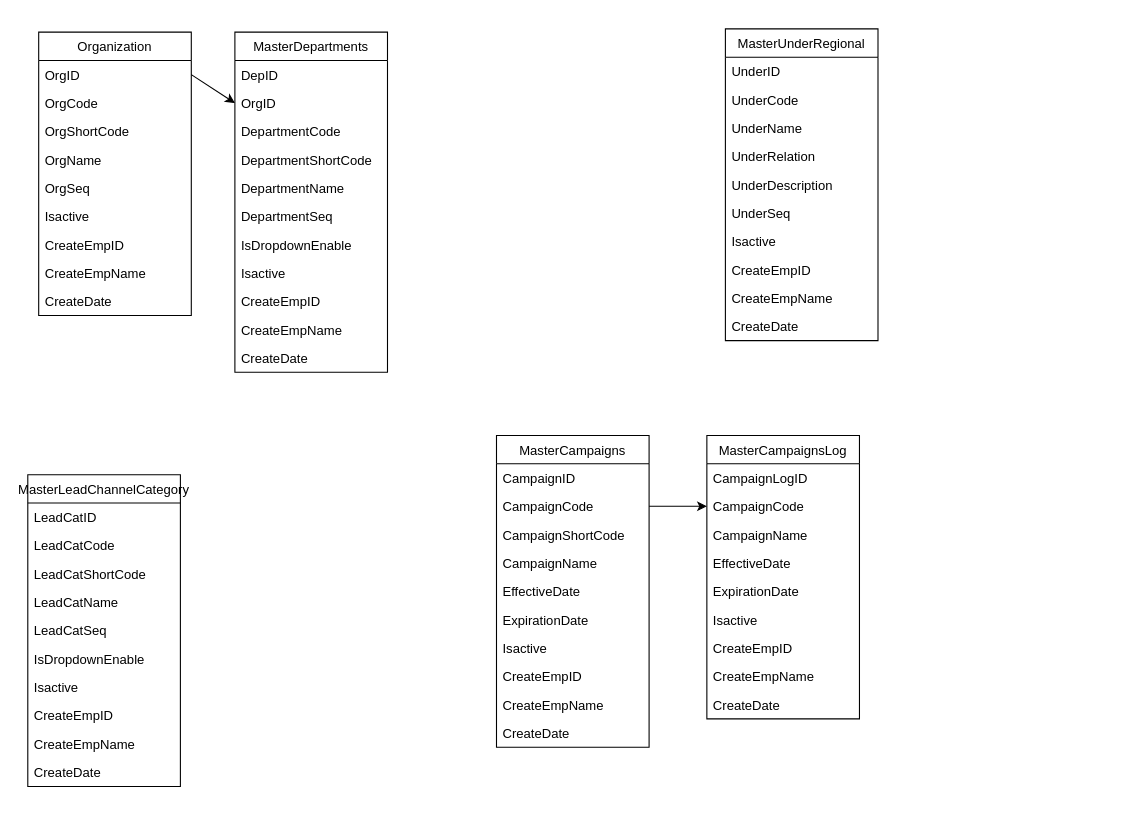
Above: Lead Management Architecture.drawio in NatthapongNar/Diagram (draw.io), before the change. Source tidied: cells renumbered, new cells numbered last; positions are measured from the earlier drawing's top-left corner, leaving out a move shared by most shapes. Both pictures are drawn from the tidied source at 109%, with x=0, y=0 at pixel (27, 28).
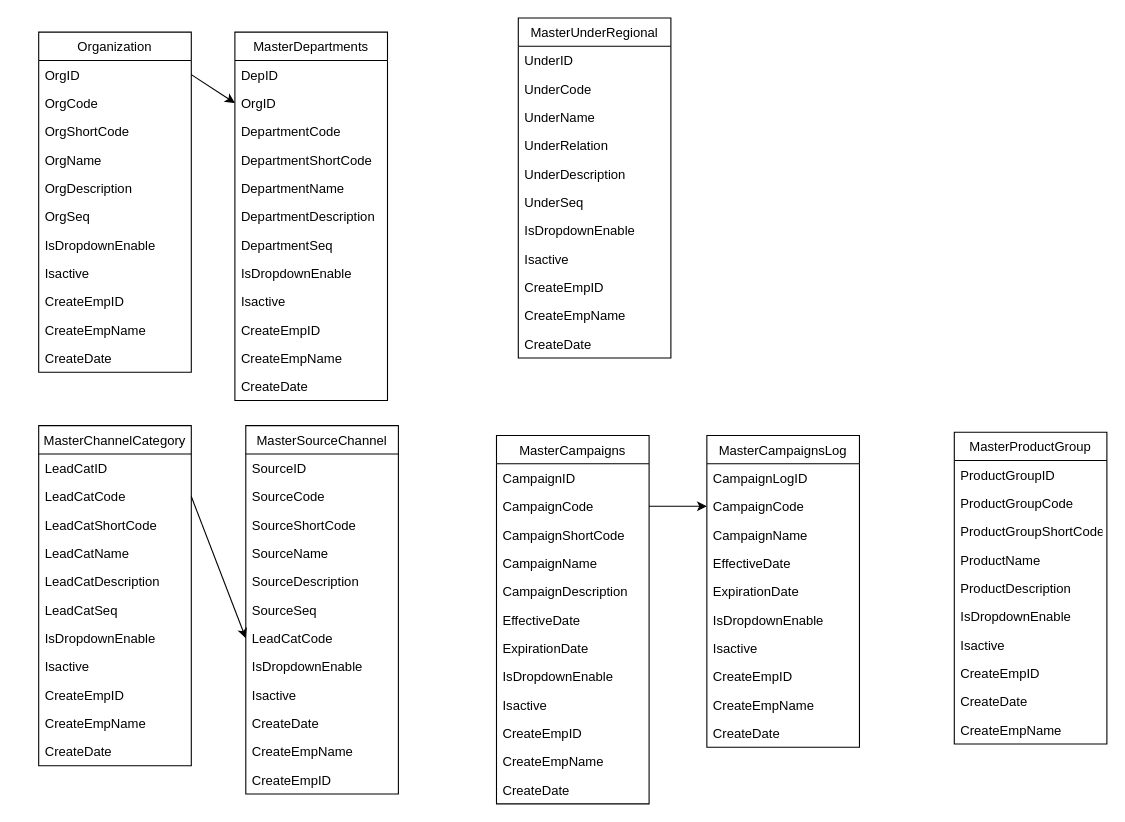
Above is the later version.

Commit message:
Update Lead Management ER.drawio

The change refers to these unchanged cells:
```xml
<mxCell id="60" value="LeadCatCode" style="text;strokeColor=none;fillColor=none;align=left;verticalAlign=top;spacingLeft=4;spacingRight=4;overflow=hidden;points=[[0,0.5],[1,0.5]];portConstraint=eastwest;" parent="58" vertex="1">
  <mxGeometry y="52" width="140" height="26" as="geometry" />
</mxCell>
```

What changed in the source:
```diff
@@
     <mxCell id="2" value="Organization" style="swimlane;fontStyle=0;horizontal=1;startSize=26;fillColor=none;" parent="1" vertex="1">
-      <mxGeometry x="10" y="3" width="140" height="260" as="geometry" />
+      <mxGeometry x="10" y="3" width="140" height="312" as="geometry" />
     </mxCell>
@@
+    <mxCell id="69" value="OrgDescription" style="text;strokeColor=none;fillColor=none;align=left;verticalAlign=top;spacingLeft=4;spacingRight=4;overflow=hidden;" parent="2" vertex="1">
+      <mxGeometry y="130" width="140" height="26" as="geometry" />
+    </mxCell>
     <mxCell id="7" value="OrgSeq" style="text;strokeColor=none;fillColor=none;align=left;verticalAlign=top;spacingLeft=4;spacingRight=4;overflow=hidden;" parent="2" vertex="1">
-      <mxGeometry y="130" width="140" height="26" as="geometry" />
+      <mxGeometry y="156" width="140" height="26" as="geometry" />
     </mxCell>
+    <mxCell id="70" value="IsDropdownEnable" style="text;strokeColor=none;fillColor=none;align=left;verticalAlign=top;spacingLeft=4;spacingRight=4;overflow=hidden;" parent="2" vertex="1">
+      <mxGeometry y="182" width="140" height="26" as="geometry" />
+    </mxCell>
     <mxCell id="8" value="Isactive" style="text;strokeColor=none;fillColor=none;align=left;verticalAlign=top;spacingLeft=4;spacingRight=4;overflow=hidden;" parent="2" vertex="1">
-      <mxGeometry y="156" width="140" height="26" as="geometry" />
+      <mxGeometry y="208" width="140" height="26" as="geometry" />
     </mxCell>
     <mxCell id="9" value="CreateEmpID" style="text;strokeColor=none;fillColor=none;align=left;verticalAlign=top;spacingLeft=4;spacingRight=4;overflow=hidden;" parent="2" vertex="1">
-      <mxGeometry y="182" width="140" height="26" as="geometry" />
+      <mxGeometry y="234" width="140" height="26" as="geometry" />
     </mxCell>
     <mxCell id="10" value="CreateEmpName" style="text;strokeColor=none;fillColor=none;align=left;verticalAlign=top;spacingLeft=4;spacingRight=4;overflow=hidden;" parent="2" vertex="1">
-      <mxGeometry y="208" width="140" height="26" as="geometry" />
+      <mxGeometry y="260" width="140" height="26" as="geometry" />
     </mxCell>
     <mxCell id="11" value="CreateDate" style="text;strokeColor=none;fillColor=none;align=left;verticalAlign=top;spacingLeft=4;spacingRight=4;overflow=hidden;" parent="2" vertex="1">
-      <mxGeometry y="234" width="140" height="26" as="geometry" />
+      <mxGeometry y="286" width="140" height="26" as="geometry" />
     </mxCell>
     <mxCell id="12" value="MasterDepartments" style="swimlane;fontStyle=0;horizontal=1;startSize=26;fillColor=none;" parent="1" vertex="1">
-      <mxGeometry x="190" y="3" width="140" height="312" as="geometry" />
+      <mxGeometry x="190" y="3" width="140" height="338" as="geometry" />
     </mxCell>
@@
+    <mxCell id="71" value="DepartmentDescription" style="text;strokeColor=none;fillColor=none;align=left;verticalAlign=top;spacingLeft=4;spacingRight=4;overflow=hidden;" parent="12" vertex="1">
+      <mxGeometry y="156" width="140" height="26" as="geometry" />
+    </mxCell>
     <mxCell id="18" value="DepartmentSeq" style="text;strokeColor=none;fillColor=none;align=left;verticalAlign=top;spacingLeft=4;spacingRight=4;overflow=hidden;" parent="12" vertex="1">
-      <mxGeometry y="156" width="140" height="26" as="geometry" />
+      <mxGeometry y="182" width="140" height="26" as="geometry" />
     </mxCell>
     <mxCell id="19" value="IsDropdownEnable" style="text;strokeColor=none;fillColor=none;align=left;verticalAlign=top;spacingLeft=4;spacingRight=4;overflow=hidden;" parent="12" vertex="1">
-      <mxGeometry y="182" width="140" height="26" as="geometry" />
+      <mxGeometry y="208" width="140" height="26" as="geometry" />
     </mxCell>
     <mxCell id="20" value="Isactive" style="text;strokeColor=none;fillColor=none;align=left;verticalAlign=top;spacingLeft=4;spacingRight=4;overflow=hidden;" parent="12" vertex="1">
-      <mxGeometry y="208" width="140" height="26" as="geometry" />
+      <mxGeometry y="234" width="140" height="26" as="geometry" />
     </mxCell>
     <mxCell id="21" value="CreateEmpID" style="text;strokeColor=none;fillColor=none;align=left;verticalAlign=top;spacingLeft=4;spacingRight=4;overflow=hidden;" parent="12" vertex="1">
-      <mxGeometry y="234" width="140" height="26" as="geometry" />
+      <mxGeometry y="260" width="140" height="26" as="geometry" />
     </mxCell>
     <mxCell id="22" value="CreateEmpName" style="text;strokeColor=none;fillColor=none;align=left;verticalAlign=top;spacingLeft=4;spacingRight=4;overflow=hidden;" parent="12" vertex="1">
-      <mxGeometry y="260" width="140" height="26" as="geometry" />
+      <mxGeometry y="286" width="140" height="26" as="geometry" />
     </mxCell>
     <mxCell id="23" value="CreateDate" style="text;strokeColor=none;fillColor=none;align=left;verticalAlign=top;spacingLeft=4;spacingRight=4;overflow=hidden;" parent="12" vertex="1">
-      <mxGeometry y="286" width="140" height="26" as="geometry" />
+      <mxGeometry y="312" width="140" height="26" as="geometry" />
     </mxCell>
@@
     <mxCell id="25" value="MasterUnderRegional" style="swimlane;fontStyle=0;horizontal=1;startSize=26;fillColor=none;" parent="1" vertex="1">
-      <mxGeometry x="640" width="140" height="286" as="geometry" />
+      <mxGeometry x="450" y="-10" width="140" height="312" as="geometry" />
     </mxCell>
@@
+    <mxCell id="72" value="IsDropdownEnable" style="text;strokeColor=none;fillColor=none;align=left;verticalAlign=top;spacingLeft=4;spacingRight=4;overflow=hidden;" parent="25" vertex="1">
+      <mxGeometry y="182" width="140" height="26" as="geometry" />
+    </mxCell>
     <mxCell id="32" value="Isactive" style="text;strokeColor=none;fillColor=none;align=left;verticalAlign=top;spacingLeft=4;spacingRight=4;overflow=hidden;" parent="25" vertex="1">
-      <mxGeometry y="182" width="140" height="26" as="geometry" />
+      <mxGeometry y="208" width="140" height="26" as="geometry" />
     </mxCell>
     <mxCell id="33" value="CreateEmpID" style="text;strokeColor=none;fillColor=none;align=left;verticalAlign=top;spacingLeft=4;spacingRight=4;overflow=hidden;" parent="25" vertex="1">
-      <mxGeometry y="208" width="140" height="26" as="geometry" />
+      <mxGeometry y="234" width="140" height="26" as="geometry" />
     </mxCell>
     <mxCell id="34" value="CreateEmpName" style="text;strokeColor=none;fillColor=none;align=left;verticalAlign=top;spacingLeft=4;spacingRight=4;overflow=hidden;" parent="25" vertex="1">
-      <mxGeometry y="234" width="140" height="26" as="geometry" />
+      <mxGeometry y="260" width="140" height="26" as="geometry" />
     </mxCell>
     <mxCell id="35" value="CreateDate" style="text;strokeColor=none;fillColor=none;align=left;verticalAlign=top;spacingLeft=4;spacingRight=4;overflow=hidden;" parent="25" vertex="1">
-      <mxGeometry y="260" width="140" height="26" as="geometry" />
+      <mxGeometry y="286" width="140" height="26" as="geometry" />
     </mxCell>
     <mxCell id="36" value="MasterCampaigns" style="swimlane;fontStyle=0;horizontal=1;startSize=26;fillColor=none;" parent="1" vertex="1">
-      <mxGeometry x="430" y="373" width="140" height="286" as="geometry" />
+      <mxGeometry x="430" y="373" width="140" height="338" as="geometry" />
     </mxCell>
@@
+    <mxCell id="73" value="CampaignDescription" style="text;strokeColor=none;fillColor=none;align=left;verticalAlign=top;spacingLeft=4;spacingRight=4;overflow=hidden;" parent="36" vertex="1">
+      <mxGeometry y="130" width="140" height="26" as="geometry" />
+    </mxCell>
     <mxCell id="41" value="EffectiveDate" style="text;strokeColor=none;fillColor=none;align=left;verticalAlign=top;spacingLeft=4;spacingRight=4;overflow=hidden;" parent="36" vertex="1">
-      <mxGeometry y="130" width="140" height="26" as="geometry" />
+      <mxGeometry y="156" width="140" height="26" as="geometry" />
     </mxCell>
     <mxCell id="42" value="ExpirationDate" style="text;strokeColor=none;fillColor=none;align=left;verticalAlign=top;spacingLeft=4;spacingRight=4;overflow=hidden;" parent="36" vertex="1">
-      <mxGeometry y="156" width="140" height="26" as="geometry" />
+      <mxGeometry y="182" width="140" height="26" as="geometry" />
     </mxCell>
+    <mxCell id="74" value="IsDropdownEnable" style="text;strokeColor=none;fillColor=none;align=left;verticalAlign=top;spacingLeft=4;spacingRight=4;overflow=hidden;" parent="36" vertex="1">
+      <mxGeometry y="208" width="140" height="26" as="geometry" />
+    </mxCell>
     <mxCell id="43" value="Isactive" style="text;strokeColor=none;fillColor=none;align=left;verticalAlign=top;spacingLeft=4;spacingRight=4;overflow=hidden;" parent="36" vertex="1">
-      <mxGeometry y="182" width="140" height="26" as="geometry" />
+      <mxGeometry y="234" width="140" height="26" as="geometry" />
     </mxCell>
     <mxCell id="44" value="CreateEmpID" style="text;strokeColor=none;fillColor=none;align=left;verticalAlign=top;spacingLeft=4;spacingRight=4;overflow=hidden;" parent="36" vertex="1">
-      <mxGeometry y="208" width="140" height="26" as="geometry" />
+      <mxGeometry y="260" width="140" height="26" as="geometry" />
     </mxCell>
     <mxCell id="45" value="CreateEmpName" style="text;strokeColor=none;fillColor=none;align=left;verticalAlign=top;spacingLeft=4;spacingRight=4;overflow=hidden;" parent="36" vertex="1">
-      <mxGeometry y="234" width="140" height="26" as="geometry" />
+      <mxGeometry y="286" width="140" height="26" as="geometry" />
     </mxCell>
     <mxCell id="46" value="CreateDate" style="text;strokeColor=none;fillColor=none;align=left;verticalAlign=top;spacingLeft=4;spacingRight=4;overflow=hidden;" parent="36" vertex="1">
-      <mxGeometry y="260" width="140" height="26" as="geometry" />
+      <mxGeometry y="312" width="140" height="26" as="geometry" />
     </mxCell>
     <mxCell id="47" value="MasterCampaignsLog" style="swimlane;fontStyle=0;horizontal=1;startSize=26;fillColor=none;" parent="1" vertex="1">
-      <mxGeometry x="623" y="373" width="140" height="260" as="geometry" />
+      <mxGeometry x="623" y="373" width="140" height="286" as="geometry" />
     </mxCell>
@@
+    <mxCell id="75" value="IsDropdownEnable" style="text;strokeColor=none;fillColor=none;align=left;verticalAlign=top;spacingLeft=4;spacingRight=4;overflow=hidden;" parent="47" vertex="1">
+      <mxGeometry y="156" width="140" height="26" as="geometry" />
+    </mxCell>
     <mxCell id="53" value="Isactive" style="text;strokeColor=none;fillColor=none;align=left;verticalAlign=top;spacingLeft=4;spacingRight=4;overflow=hidden;" parent="47" vertex="1">
-      <mxGeometry y="156" width="140" height="26" as="geometry" />
+      <mxGeometry y="182" width="140" height="26" as="geometry" />
     </mxCell>
     <mxCell id="54" value="CreateEmpID" style="text;strokeColor=none;fillColor=none;align=left;verticalAlign=top;spacingLeft=4;spacingRight=4;overflow=hidden;" parent="47" vertex="1">
-      <mxGeometry y="182" width="140" height="26" as="geometry" />
+      <mxGeometry y="208" width="140" height="26" as="geometry" />
     </mxCell>
     <mxCell id="55" value="CreateEmpName" style="text;strokeColor=none;fillColor=none;align=left;verticalAlign=top;spacingLeft=4;spacingRight=4;overflow=hidden;" parent="47" vertex="1">
-      <mxGeometry y="208" width="140" height="26" as="geometry" />
+      <mxGeometry y="234" width="140" height="26" as="geometry" />
     </mxCell>
     <mxCell id="56" value="CreateDate" style="text;strokeColor=none;fillColor=none;align=left;verticalAlign=top;spacingLeft=4;spacingRight=4;overflow=hidden;" parent="47" vertex="1">
-      <mxGeometry y="234" width="140" height="26" as="geometry" />
+      <mxGeometry y="260" width="140" height="26" as="geometry" />
     </mxCell>
@@
-    <mxCell id="58" value="MasterLeadChannelCategory" style="swimlane;fontStyle=0;horizontal=1;startSize=26;fillColor=none;" parent="1" vertex="1">
-      <mxGeometry y="409" width="140" height="286" as="geometry" />
+    <mxCell id="58" value="MasterChannelCategory" style="swimlane;fontStyle=0;horizontal=1;startSize=26;fillColor=none;" parent="1" vertex="1">
+      <mxGeometry x="10" y="364" width="140" height="312" as="geometry" />
     </mxCell>
@@
+    <mxCell id="76" value="LeadCatDescription" style="text;strokeColor=none;fillColor=none;align=left;verticalAlign=top;spacingLeft=4;spacingRight=4;overflow=hidden;" parent="58" vertex="1">
+      <mxGeometry y="130" width="140" height="26" as="geometry" />
+    </mxCell>
     <mxCell id="63" value="LeadCatSeq" style="text;strokeColor=none;fillColor=none;align=left;verticalAlign=top;spacingLeft=4;spacingRight=4;overflow=hidden;" parent="58" vertex="1">
-      <mxGeometry y="130" width="140" height="26" as="geometry" />
+      <mxGeometry y="156" width="140" height="26" as="geometry" />
     </mxCell>
     <mxCell id="64" value="IsDropdownEnable" style="text;strokeColor=none;fillColor=none;align=left;verticalAlign=top;spacingLeft=4;spacingRight=4;overflow=hidden;" parent="58" vertex="1">
-      <mxGeometry y="156" width="140" height="26" as="geometry" />
+      <mxGeometry y="182" width="140" height="26" as="geometry" />
     </mxCell>
     <mxCell id="65" value="Isactive" style="text;strokeColor=none;fillColor=none;align=left;verticalAlign=top;spacingLeft=4;spacingRight=4;overflow=hidden;" parent="58" vertex="1">
-      <mxGeometry y="182" width="140" height="26" as="geometry" />
+      <mxGeometry y="208" width="140" height="26" as="geometry" />
     </mxCell>
     <mxCell id="66" value="CreateEmpID" style="text;strokeColor=none;fillColor=none;align=left;verticalAlign=top;spacingLeft=4;spacingRight=4;overflow=hidden;" parent="58" vertex="1">
-      <mxGeometry y="208" width="140" height="26" as="geometry" />
+      <mxGeometry y="234" width="140" height="26" as="geometry" />
     </mxCell>
     <mxCell id="67" value="CreateEmpName" style="text;strokeColor=none;fillColor=none;align=left;verticalAlign=top;spacingLeft=4;spacingRight=4;overflow=hidden;" parent="58" vertex="1">
-      <mxGeometry y="234" width="140" height="26" as="geometry" />
+      <mxGeometry y="260" width="140" height="26" as="geometry" />
     </mxCell>
     <mxCell id="68" value="CreateDate" style="text;strokeColor=none;fillColor=none;align=left;verticalAlign=top;spacingLeft=4;spacingRight=4;overflow=hidden;" parent="58" vertex="1">
-      <mxGeometry y="260" width="140" height="26" as="geometry" />
+      <mxGeometry y="286" width="140" height="26" as="geometry" />
     </mxCell>
+    <mxCell id="77" value="MasterSourceChannel" style="swimlane;fontStyle=0;horizontal=1;startSize=26;fillColor=none;" parent="1" vertex="1">
+      <mxGeometry x="200" y="364" width="140" height="338" as="geometry" />
+    </mxCell>
+    <mxCell id="78" value="SourceID" style="text;strokeColor=none;fillColor=none;align=left;verticalAlign=top;spacingLeft=4;spacingRight=4;overflow=hidden;" parent="77" vertex="1">
+      <mxGeometry y="26" width="140" height="26" as="geometry" />
+    </mxCell>
+    <mxCell id="79" value="SourceCode" style="text;strokeColor=none;fillColor=none;align=left;verticalAlign=top;spacingLeft=4;spacingRight=4;overflow=hidden;" parent="77" vertex="1">
+      <mxGeometry y="52" width="140" height="26" as="geometry" />
+    </mxCell>
+    <mxCell id="80" value="SourceShortCode" style="text;strokeColor=none;fillColor=none;align=left;verticalAlign=top;spacingLeft=4;spacingRight=4;overflow=hidden;" parent="77" vertex="1">
+      <mxGeometry y="78" width="140" height="26" as="geometry" />
+    </mxCell>
+    <mxCell id="81" value="SourceName" style="text;strokeColor=none;fillColor=none;align=left;verticalAlign=top;spacingLeft=4;spacingRight=4;overflow=hidden;" parent="77" vertex="1">
+      <mxGeometry y="104" width="140" height="26" as="geometry" />
+    </mxCell>
+    <mxCell id="82" value="SourceDescription" style="text;strokeColor=none;fillColor=none;align=left;verticalAlign=top;spacingLeft=4;spacingRight=4;overflow=hidden;" parent="77" vertex="1">
+      <mxGeometry y="130" width="140" height="26" as="geometry" />
+    </mxCell>
+    <mxCell id="83" value="SourceSeq" style="text;strokeColor=none;fillColor=none;align=left;verticalAlign=top;spacingLeft=4;spacingRight=4;overflow=hidden;" parent="77" vertex="1">
+      <mxGeometry y="156" width="140" height="26" as="geometry" />
+    </mxCell>
+    <mxCell id="84" value="LeadCatCode" style="text;strokeColor=none;fillColor=none;align=left;verticalAlign=top;spacingLeft=4;spacingRight=4;overflow=hidden;points=[[0,0.5],[1,0.5]];portConstraint=eastwest;" parent="77" vertex="1">
+      <mxGeometry y="182" width="140" height="26" as="geometry" />
+    </mxCell>
+    <mxCell id="85" value="IsDropdownEnable" style="text;strokeColor=none;fillColor=none;align=left;verticalAlign=top;spacingLeft=4;spacingRight=4;overflow=hidden;" parent="77" vertex="1">
+      <mxGeometry y="208" width="140" height="26" as="geometry" />
+    </mxCell>
+    <mxCell id="86" value="Isactive" style="text;strokeColor=none;fillColor=none;align=left;verticalAlign=top;spacingLeft=4;spacingRight=4;overflow=hidden;" parent="77" vertex="1">
+      <mxGeometry y="234" width="140" height="26" as="geometry" />
+    </mxCell>
+    <mxCell id="87" value="CreateDate" style="text;strokeColor=none;fillColor=none;align=left;verticalAlign=top;spacingLeft=4;spacingRight=4;overflow=hidden;" parent="77" vertex="1">
+      <mxGeometry y="260" width="140" height="26" as="geometry" />
+    </mxCell>
+    <mxCell id="88" value="CreateEmpName" style="text;strokeColor=none;fillColor=none;align=left;verticalAlign=top;spacingLeft=4;spacingRight=4;overflow=hidden;" parent="77" vertex="1">
+      <mxGeometry y="286" width="140" height="26" as="geometry" />
+    </mxCell>
+    <mxCell id="89" value="CreateEmpID" style="text;strokeColor=none;fillColor=none;align=left;verticalAlign=top;spacingLeft=4;spacingRight=4;overflow=hidden;" parent="77" vertex="1">
+      <mxGeometry y="312" width="140" height="26" as="geometry" />
+    </mxCell>
+    <mxCell id="90" style="endArrow=classic;html=1;exitX=1;exitY=0.5;exitDx=0;exitDy=0;entryX=0;entryY=0.5;entryDx=0;entryDy=0;" parent="1" edge="1" source="60" target="84">
+      <mxGeometry relative="1" as="geometry" />
+    </mxCell>
+    <mxCell id="91" value="MasterProductGroup" style="swimlane;fontStyle=0;horizontal=1;startSize=26;fillColor=none;" parent="1" vertex="1">
+      <mxGeometry x="850" y="370" width="140" height="286" as="geometry" />
+    </mxCell>
+    <mxCell id="92" value="ProductGroupID" style="text;strokeColor=none;fillColor=none;align=left;verticalAlign=top;spacingLeft=4;spacingRight=4;overflow=hidden;" parent="91" vertex="1">
+      <mxGeometry y="26" width="140" height="26" as="geometry" />
+    </mxCell>
+    <mxCell id="93" value="ProductGroupCode" style="text;strokeColor=none;fillColor=none;align=left;verticalAlign=top;spacingLeft=4;spacingRight=4;overflow=hidden;" parent="91" vertex="1">
+      <mxGeometry y="52" width="140" height="26" as="geometry" />
+    </mxCell>
+    <mxCell id="94" value="ProductGroupShortCode" style="text;strokeColor=none;fillColor=none;align=left;verticalAlign=top;spacingLeft=4;spacingRight=4;overflow=hidden;" parent="91" vertex="1">
+      <mxGeometry y="78" width="140" height="26" as="geometry" />
+    </mxCell>
+    <mxCell id="95" value="ProductName" style="text;strokeColor=none;fillColor=none;align=left;verticalAlign=top;spacingLeft=4;spacingRight=4;overflow=hidden;" parent="91" vertex="1">
+      <mxGeometry y="104" width="140" height="26" as="geometry" />
+    </mxCell>
+    <mxCell id="96" value="ProductDescription" style="text;strokeColor=none;fillColor=none;align=left;verticalAlign=top;spacingLeft=4;spacingRight=4;overflow=hidden;" parent="91" vertex="1">
+      <mxGeometry y="130" width="140" height="26" as="geometry" />
+    </mxCell>
+    <mxCell id="97" value="IsDropdownEnable" style="text;strokeColor=none;fillColor=none;align=left;verticalAlign=top;spacingLeft=4;spacingRight=4;overflow=hidden;" parent="91" vertex="1">
+      <mxGeometry y="156" width="140" height="26" as="geometry" />
+    </mxCell>
+    <mxCell id="98" value="Isactive" style="text;strokeColor=none;fillColor=none;align=left;verticalAlign=top;spacingLeft=4;spacingRight=4;overflow=hidden;" parent="91" vertex="1">
+      <mxGeometry y="182" width="140" height="26" as="geometry" />
+    </mxCell>
+    <mxCell id="99" value="CreateEmpID" style="text;strokeColor=none;fillColor=none;align=left;verticalAlign=top;spacingLeft=4;spacingRight=4;overflow=hidden;" parent="91" vertex="1">
+      <mxGeometry y="208" width="140" height="26" as="geometry" />
+    </mxCell>
+    <mxCell id="100" value="CreateDate" style="text;strokeColor=none;fillColor=none;align=left;verticalAlign=top;spacingLeft=4;spacingRight=4;overflow=hidden;" parent="91" vertex="1">
+      <mxGeometry y="234" width="140" height="26" as="geometry" />
+    </mxCell>
+    <mxCell id="101" value="CreateEmpName" style="text;strokeColor=none;fillColor=none;align=left;verticalAlign=top;spacingLeft=4;spacingRight=4;overflow=hidden;" parent="91" vertex="1">
+      <mxGeometry y="260" width="140" height="26" as="geometry" />
+    </mxCell>
```
